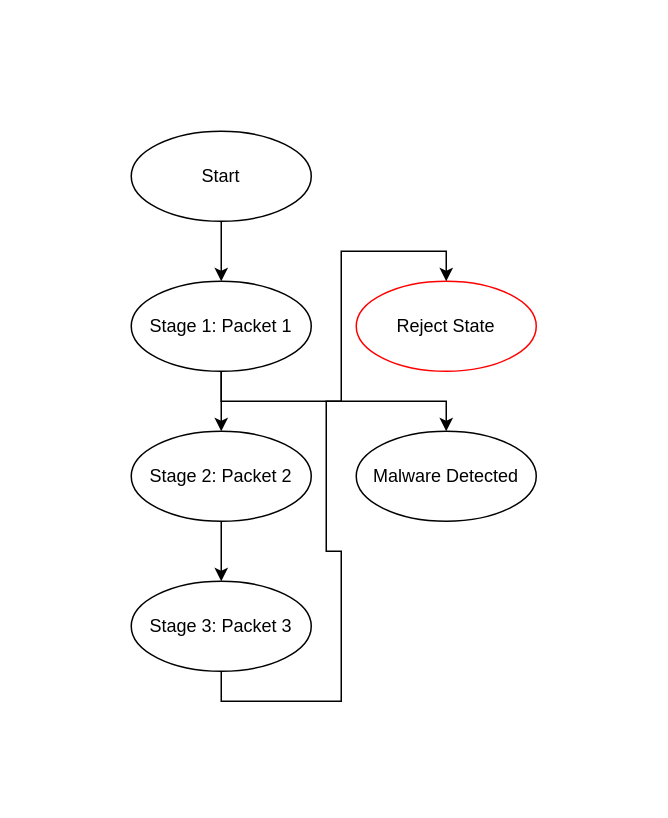
Earlier version of the draw.io diagram Untitled Diagram.drawio (brabentil/database_diagrams). Source tidied: cells renumbered, new cells numbered last; positions are measured from the earlier drawing's top-left corner, leaving out a move shared by most shapes. Both pictures are drawn from the tidied source at 150%, with x=0, y=0 at pixel (130, 130).
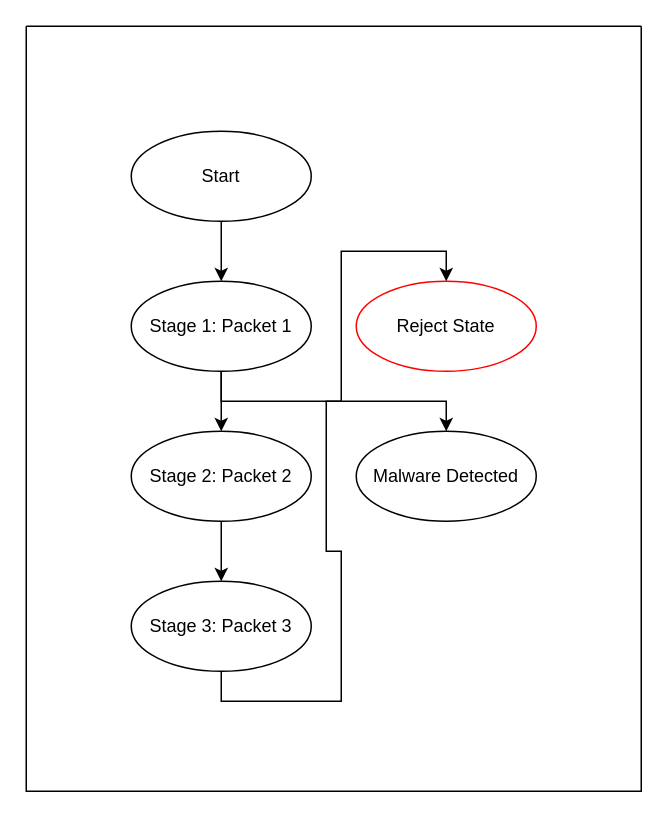
After the change.

What changed in the source:
```diff
@@
 <mxGraphModel>
   <root>
     <mxCell id="0" />
     <mxCell id="1" parent="0" />
     <mxCell id="2" value="Start" style="ellipse;whiteSpace=wrap;html=1;fillColor=#FFFFFF;strokeColor=#000000;" parent="1" vertex="1">
       <mxGeometry width="120" height="60" as="geometry" />
     </mxCell>
     <mxCell id="3" value="Stage 1: Packet 1" style="ellipse;whiteSpace=wrap;html=1;fillColor=#FFFFFF;strokeColor=#000000;" parent="1" vertex="1">
       <mxGeometry y="100" width="120" height="60" as="geometry" />
     </mxCell>
     <mxCell id="4" value="Stage 2: Packet 2" style="ellipse;whiteSpace=wrap;html=1;fillColor=#FFFFFF;strokeColor=#000000;" parent="1" vertex="1">
       <mxGeometry y="200" width="120" height="60" as="geometry" />
     </mxCell>
     <mxCell id="5" value="Stage 3: Packet 3" style="ellipse;whiteSpace=wrap;html=1;fillColor=#FFFFFF;strokeColor=#000000;" parent="1" vertex="1">
       <mxGeometry y="300" width="120" height="60" as="geometry" />
     </mxCell>
     <mxCell id="6" value="Malware Detected" style="ellipse;whiteSpace=wrap;html=1;fillColor=#FFFFFF;strokeColor=#000000;" parent="1" vertex="1">
       <mxGeometry x="150" y="200" width="120" height="60" as="geometry" />
     </mxCell>
     <mxCell id="7" value="Reject State" style="ellipse;whiteSpace=wrap;html=1;fillColor=#FFFFFF;strokeColor=#FF0000;" parent="1" vertex="1">
       <mxGeometry x="150" y="100" width="120" height="60" as="geometry" />
     </mxCell>
     <mxCell id="8" style="edgeStyle=orthogonalEdgeStyle;rounded=0;jettySize=auto;html=1;exitX=0.5;exitY=1;exitDx=0;exitDy=0;entryX=0.5;entryY=0;entryDx=0;entryDy=0;" parent="1" edge="1" source="2" target="3">
       <mxGeometry relative="1" as="geometry" />
     </mxCell>
     <mxCell id="9" style="edgeStyle=orthogonalEdgeStyle;rounded=0;jettySize=auto;html=1;exitX=0.5;exitY=1;exitDx=0;exitDy=0;entryX=0.5;entryY=0;entryDx=0;entryDy=0;" parent="1" edge="1" source="3" target="4">
       <mxGeometry relative="1" as="geometry" />
     </mxCell>
     <mxCell id="10" style="edgeStyle=orthogonalEdgeStyle;rounded=0;jettySize=auto;html=1;exitX=0.5;exitY=1;exitDx=0;exitDy=0;entryX=0.5;entryY=0;entryDx=0;entryDy=0;" parent="1" edge="1" source="4" target="5">
       <mxGeometry relative="1" as="geometry" />
     </mxCell>
     <mxCell id="11" style="edgeStyle=orthogonalEdgeStyle;rounded=0;jettySize=auto;html=1;exitX=0.5;exitY=1;exitDx=0;exitDy=0;entryX=0.5;entryY=0;entryDx=0;entryDy=0;" parent="1" edge="1" source="5" target="6">
       <mxGeometry relative="1" as="geometry" />
     </mxCell>
     <mxCell id="12" style="edgeStyle=orthogonalEdgeStyle;rounded=0;jettySize=auto;html=1;exitX=0.5;exitY=1;exitDx=0;exitDy=0;entryX=0.5;entryY=0;entryDx=0;entryDy=0;" parent="1" edge="1" source="3" target="7">
       <mxGeometry relative="1" as="geometry" />
     </mxCell>
+    <mxCell id="13" style="swimlane;startSize=0;" parent="1" vertex="1">
+      <mxGeometry x="-70" y="-70" width="410" height="510" as="geometry" />
+    </mxCell>
   </root>
 </mxGraphModel>
```
